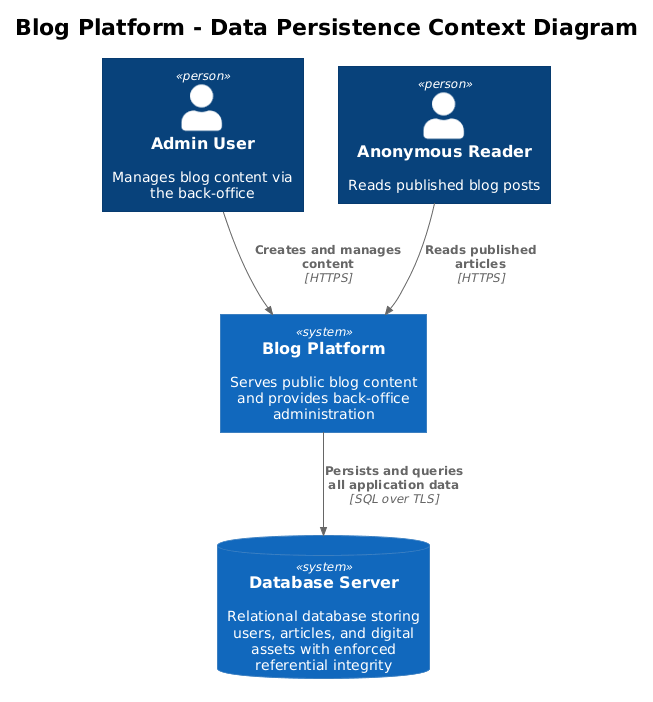
The PlantUML diagram docs/detailed-designs/10-data-persistence/diagrams/c4_context.png in QuinntyneBrown/Blog, before a commit.
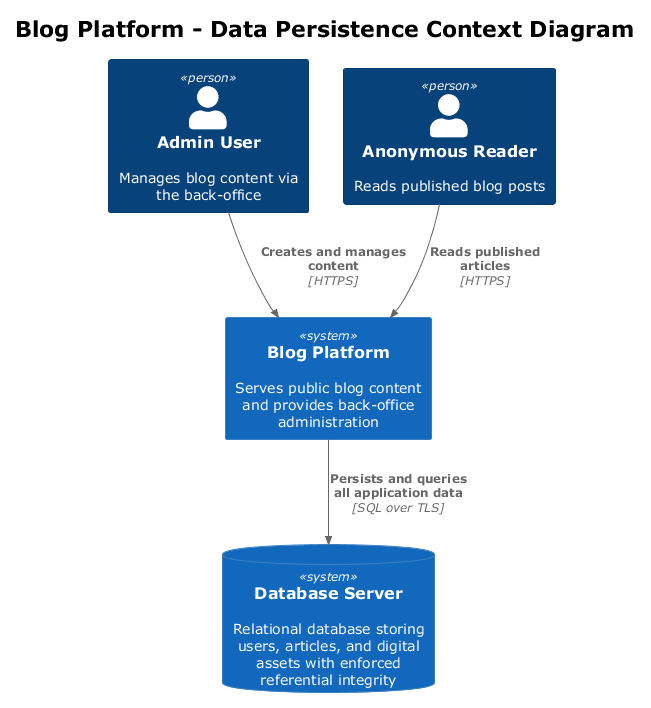
After the change.

What changed in the source:
```diff
@@ -1,4 +1,4 @@
-@startuml
+@startuml c4_context
 !theme plain
 !include <C4/C4_Context>
 
@@ -14,4 +14,5 @@
 Rel(admin, blog, "Creates and manages content", "HTTPS")
 Rel(reader, blog, "Reads published articles", "HTTPS")
 Rel(blog, db, "Persists and queries all application data", "SQL over TLS")
+
 @enduml
```
